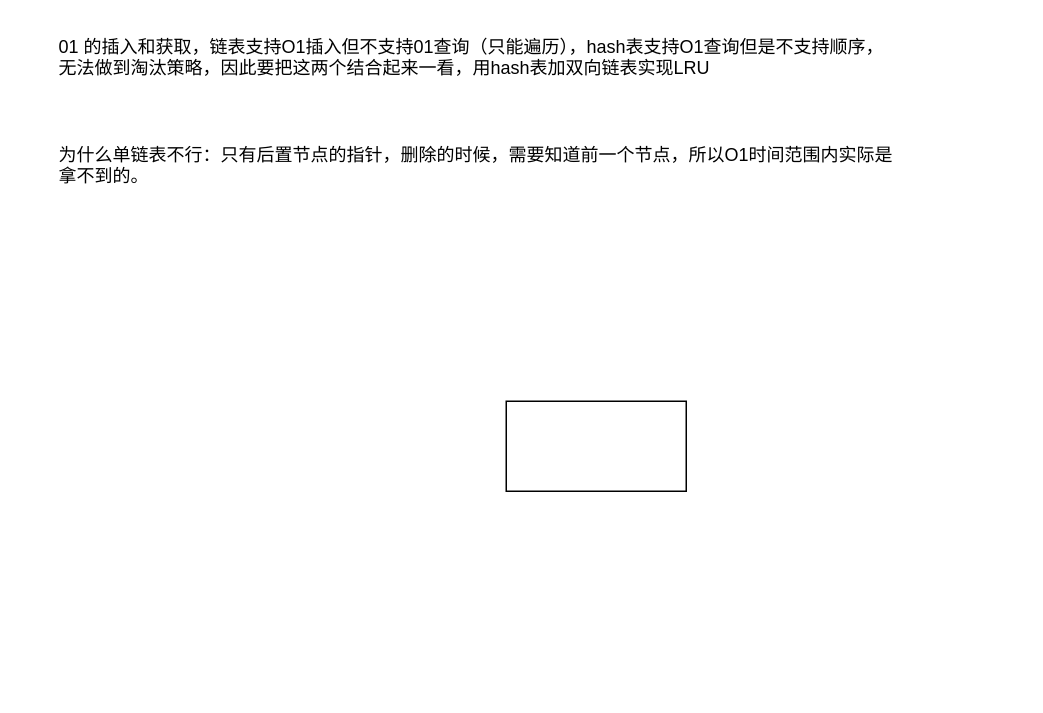
The draw.io diagram 算法-LRU.drawio in sunshichuang/sunshichuang, before the edit. Source tidied: cells renumbered, new cells numbered last; positions are measured from the earlier drawing's top-left corner, leaving out a move shared by most shapes. Both pictures are drawn from the tidied source at 150%, with x=0, y=0 at pixel (56, 26).
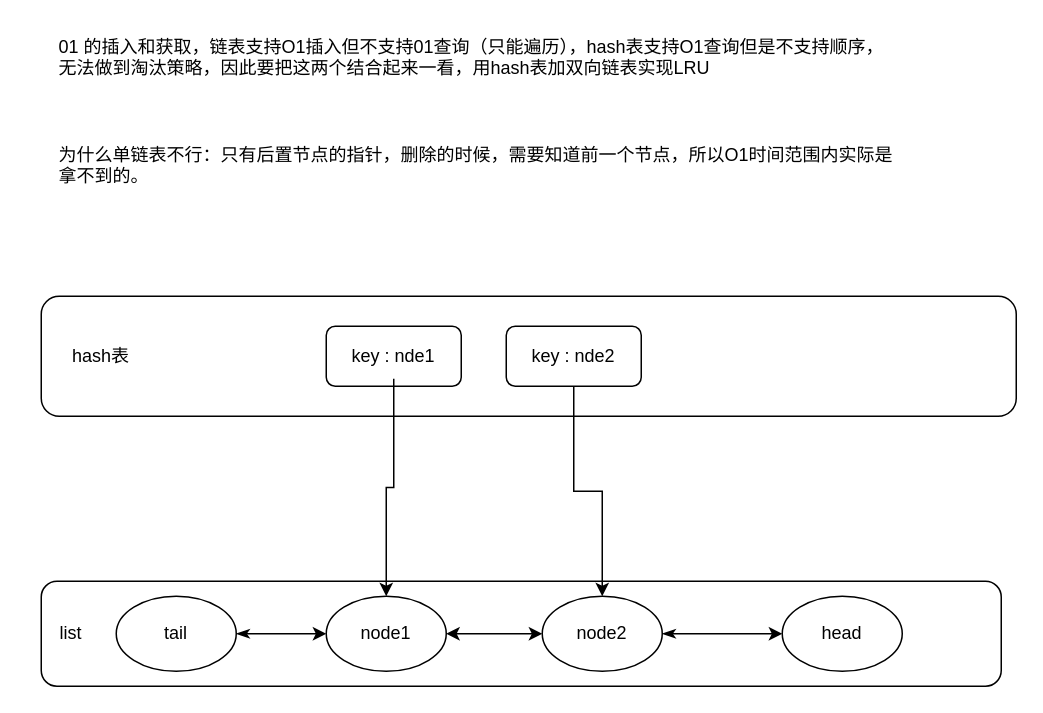
The same diagram, later.

What changed in the source:
```diff
@@
 <mxGraphModel>
   <root>
     <mxCell id="0" />
     <mxCell id="1" parent="0" />
-    <mxCell id="2" style="rounded=0;whiteSpace=wrap;html=1;" parent="1" vertex="1">
-      <mxGeometry x="300" y="250" width="120" height="60" as="geometry" />
-    </mxCell>
+    <mxCell id="4" style="rounded=1;whiteSpace=wrap;html=1;" parent="1" vertex="1">
+      <mxGeometry x="-10" y="180" width="650" height="80" as="geometry" />
+    </mxCell>
+    <mxCell id="5" style="rounded=1;whiteSpace=wrap;html=1;" parent="1" vertex="1">
+      <mxGeometry x="-10" y="370" width="640" height="70" as="geometry" />
+    </mxCell>
     <mxCell id="3" value="01 的插入和获取，链表支持O1插入但不支持01查询（只能遍历），hash表支持O1查询但是不支持顺序，无法做到淘汰策略，因此要把这两个结合起来一看，用hash表加双向链表实现LRU&lt;div&gt;&lt;br&gt;&lt;/div&gt;&lt;div&gt;&lt;br&gt;&lt;/div&gt;&lt;div&gt;&lt;br&gt;&lt;/div&gt;&lt;div&gt;为什么单链表不行：只有后置节点的指针，删除的时候，需要知道前一个节点，所以O1时间范围内实际是拿不到的。&lt;/div&gt;" style="text;html=1;align=left;verticalAlign=top;whiteSpace=wrap;rounded=0;" parent="1" vertex="1">
       <mxGeometry width="560" height="150" as="geometry" />
     </mxCell>
+    <mxCell id="6" style="edgeStyle=orthogonalEdgeStyle;rounded=0;jettySize=auto;html=1;startArrow=classicThin;startFill=1;" parent="1" edge="1" source="7" target="11">
+      <mxGeometry relative="1" as="geometry" />
+    </mxCell>
+    <mxCell id="7" value="tail" style="ellipse;whiteSpace=wrap;html=1;" parent="1" vertex="1">
+      <mxGeometry x="40" y="380" width="80" height="50" as="geometry" />
+    </mxCell>
+    <mxCell id="8" style="edgeStyle=orthogonalEdgeStyle;rounded=0;jettySize=auto;html=1;startArrow=classicThin;startFill=1;" parent="1" edge="1" source="9" target="12">
+      <mxGeometry relative="1" as="geometry" />
+    </mxCell>
+    <mxCell id="9" value="node2" style="ellipse;whiteSpace=wrap;html=1;" parent="1" vertex="1">
+      <mxGeometry x="324" y="380" width="80" height="50" as="geometry" />
+    </mxCell>
+    <mxCell id="10" style="edgeStyle=orthogonalEdgeStyle;rounded=0;jettySize=auto;html=1;startArrow=classic;startFill=1;" parent="1" edge="1" source="11" target="9">
+      <mxGeometry relative="1" as="geometry" />
+    </mxCell>
+    <mxCell id="11" value="node1" style="ellipse;whiteSpace=wrap;html=1;" parent="1" vertex="1">
+      <mxGeometry x="180" y="380" width="80" height="50" as="geometry" />
+    </mxCell>
+    <mxCell id="12" value="head" style="ellipse;whiteSpace=wrap;html=1;" parent="1" vertex="1">
+      <mxGeometry x="484" y="380" width="80" height="50" as="geometry" />
+    </mxCell>
+    <mxCell id="13" style="rounded=1;whiteSpace=wrap;html=1;" parent="1" vertex="1">
+      <mxGeometry x="180" y="200" width="90" height="40" as="geometry" />
+    </mxCell>
+    <mxCell id="14" style="edgeStyle=orthogonalEdgeStyle;rounded=0;jettySize=auto;html=1;entryX=0.5;entryY=0;entryDx=0;entryDy=0;" parent="1" edge="1" source="15" target="11">
+      <mxGeometry relative="1" as="geometry" />
+    </mxCell>
+    <mxCell id="15" value="key :&amp;nbsp;&lt;span style=&quot;background-color: transparent; color: light-dark(rgb(0, 0, 0), rgb(255, 255, 255));&quot;&gt;nde1&lt;/span&gt;" style="text;html=1;align=center;verticalAlign=middle;whiteSpace=wrap;rounded=0;" parent="1" vertex="1">
+      <mxGeometry x="195" y="205" width="60" height="30" as="geometry" />
+    </mxCell>
+    <mxCell id="16" style="edgeStyle=orthogonalEdgeStyle;rounded=0;jettySize=auto;html=1;exitX=0.5;exitY=1;exitDx=0;exitDy=0;" parent="1" edge="1" source="17" target="9">
+      <mxGeometry relative="1" as="geometry" />
+    </mxCell>
+    <mxCell id="17" style="rounded=1;whiteSpace=wrap;html=1;" parent="1" vertex="1">
+      <mxGeometry x="300" y="200" width="90" height="40" as="geometry" />
+    </mxCell>
+    <mxCell id="18" value="key :&amp;nbsp;&lt;span style=&quot;background-color: transparent; color: light-dark(rgb(0, 0, 0), rgb(255, 255, 255));&quot;&gt;nde2&lt;/span&gt;" style="text;html=1;align=center;verticalAlign=middle;whiteSpace=wrap;rounded=0;" parent="1" vertex="1">
+      <mxGeometry x="315" y="205" width="60" height="30" as="geometry" />
+    </mxCell>
+    <mxCell id="19" value="list" style="text;html=1;align=center;verticalAlign=middle;whiteSpace=wrap;rounded=0;" parent="1" vertex="1">
+      <mxGeometry x="-20" y="390" width="60" height="30" as="geometry" />
+    </mxCell>
+    <mxCell id="20" value="hash表" style="text;html=1;align=center;verticalAlign=middle;whiteSpace=wrap;rounded=0;" parent="1" vertex="1">
+      <mxGeometry y="205" width="60" height="30" as="geometry" />
+    </mxCell>
   </root>
 </mxGraphModel>
```
